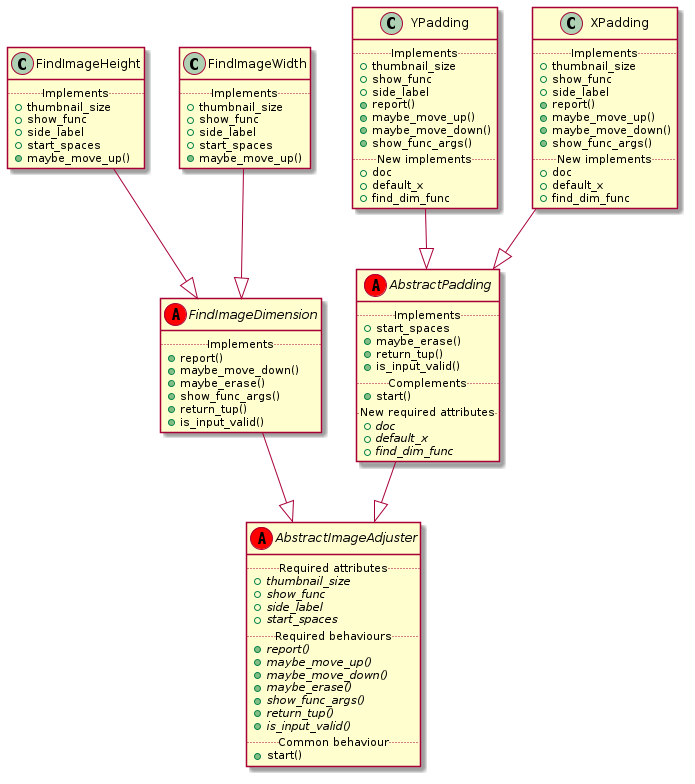
akazukin5151/koneko keeps this PlantUML diagram as puml/classes/render/image_adjuster.png. Above is the earlier version.
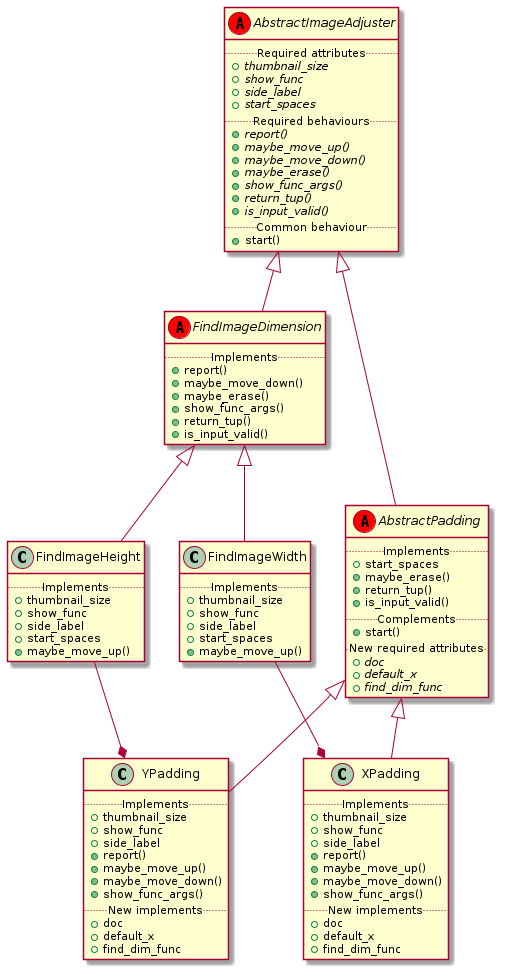
The same diagram one commit later.

Commit message:
Update image adjuster puml showing composition

Diff of the diagram source:
```diff
@@ -62,9 +62,9 @@
     + find_dim_func
 }
 
-AbstractImageAdjuster <|-up- AbstractPadding
-AbstractPadding <|-up- XPadding
-AbstractPadding <|-up- YPadding
+AbstractImageAdjuster <|-- AbstractPadding
+AbstractPadding <|-- XPadding
+AbstractPadding <|-- YPadding
 
 abstract class FindImageDimension <<(A, red)>>{
     ..Implements..
@@ -94,8 +94,11 @@
     +maybe_move_up()
 }
 
-AbstractImageAdjuster <|-up- FindImageDimension
-FindImageDimension <|-up- FindImageWidth
-FindImageDimension <|-up- FindImageHeight
+AbstractImageAdjuster <|-- FindImageDimension
+FindImageDimension <|-- FindImageWidth
+FindImageDimension <|-- FindImageHeight
+
+FindImageHeight --* YPadding
+FindImageWidth --* XPadding
 
 @enduml
```
